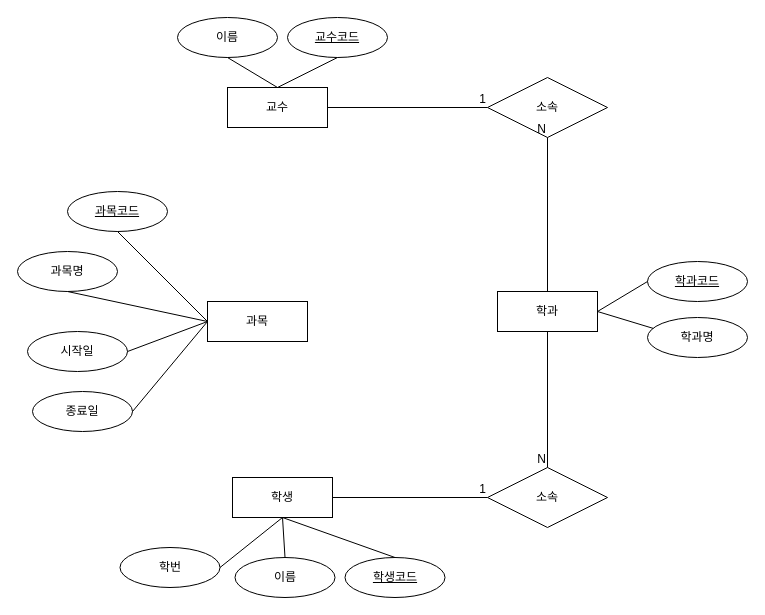
Above: 학사관리.drawio in atmosg/sql-practice (draw.io), before the change. Source tidied: cells renumbered, new cells numbered last; positions are measured from the earlier drawing's top-left corner, leaving out a move shared by most shapes. Both pictures are drawn from the tidied source at 100%, with x=0, y=0 at pixel (17, 17).
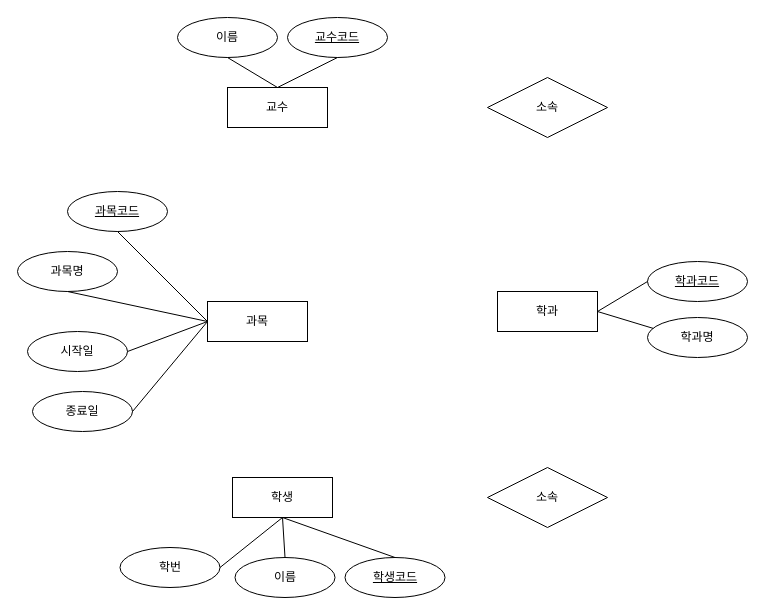
Above is the later version.

Commit message (it also covers changes not shown here):
학사관리.drawio 업데이트

Unchanged cells that the change refers to:
```xml
<mxCell id="2" value="교수" style="whiteSpace=wrap;html=1;align=center;" parent="1" vertex="1">
  <mxGeometry x="210" y="70" width="100" height="40" as="geometry" />
</mxCell>
<mxCell id="7" value="학생" style="whiteSpace=wrap;html=1;align=center;" parent="1" vertex="1">
  <mxGeometry x="215" y="460" width="100" height="40" as="geometry" />
</mxCell>
<mxCell id="14" value="학과" style="whiteSpace=wrap;html=1;align=center;" parent="1" vertex="1">
  <mxGeometry x="480" y="274" width="100" height="40" as="geometry" />
</mxCell>
<mxCell id="28" value="소속" style="shape=rhombus;perimeter=rhombusPerimeter;whiteSpace=wrap;html=1;align=center;" parent="1" vertex="1">
  <mxGeometry x="470" y="60" width="120" height="60" as="geometry" />
</mxCell>
<mxCell id="29" value="소속" style="shape=rhombus;perimeter=rhombusPerimeter;whiteSpace=wrap;html=1;align=center;" parent="1" vertex="1">
  <mxGeometry x="470" y="450" width="120" height="60" as="geometry" />
</mxCell>
```

What changed in the source:
```diff
@@
-    <mxCell id="30" style="endArrow=none;html=1;rounded=0;exitX=1;exitY=0.5;exitDx=0;exitDy=0;entryX=0;entryY=0.5;entryDx=0;entryDy=0;" parent="1" edge="1" source="7" target="29">
-      <mxGeometry relative="1" as="geometry" />
-    </mxCell>
-    <mxCell id="31" value="1" style="html=1;whiteSpace=wrap;align=right;verticalAlign=bottom;" parent="30" vertex="1">
-      <mxGeometry x="1" relative="1" as="geometry" />
-    </mxCell>
-    <mxCell id="32" style="endArrow=none;html=1;rounded=0;exitX=0.5;exitY=1;exitDx=0;exitDy=0;entryX=0.5;entryY=0;entryDx=0;entryDy=0;" parent="1" edge="1" source="14" target="29">
-      <mxGeometry relative="1" as="geometry" />
-    </mxCell>
-    <mxCell id="33" value="N" style="html=1;whiteSpace=wrap;align=right;verticalAlign=bottom;" parent="32" vertex="1">
-      <mxGeometry x="1" relative="1" as="geometry" />
-    </mxCell>
-    <mxCell id="34" style="endArrow=none;html=1;rounded=0;entryX=0;entryY=0.5;entryDx=0;entryDy=0;exitX=1;exitY=0.5;exitDx=0;exitDy=0;" parent="1" edge="1" source="2" target="28">
-      <mxGeometry relative="1" as="geometry" />
-    </mxCell>
-    <mxCell id="35" value="1" style="html=1;whiteSpace=wrap;align=right;verticalAlign=bottom;" parent="34" vertex="1">
-      <mxGeometry x="1" relative="1" as="geometry" />
-    </mxCell>
-    <mxCell id="36" style="endArrow=none;html=1;rounded=0;exitX=0.5;exitY=0;exitDx=0;exitDy=0;entryX=0.5;entryY=1;entryDx=0;entryDy=0;" parent="1" edge="1" source="14" target="28">
-      <mxGeometry relative="1" as="geometry" />
-    </mxCell>
-    <mxCell id="37" value="N" style="html=1;whiteSpace=wrap;align=right;verticalAlign=bottom;" parent="36" vertex="1">
-      <mxGeometry x="1" relative="1" as="geometry" />
-    </mxCell>
```
